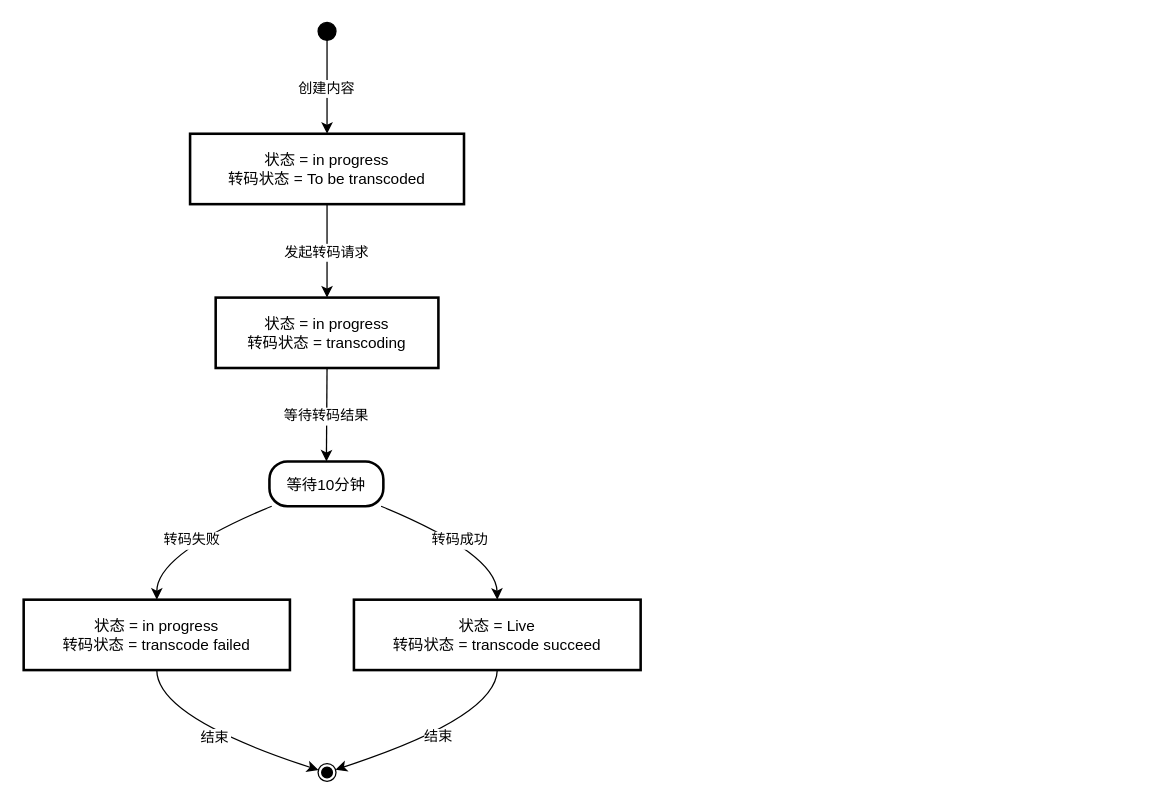
This is update/rlaxxtv转码状态.drawio from stevezhouht/baiduCDP, a draw.io file, before an edit. Source tidied: cells renumbered, new cells numbered last; positions are measured from the earlier drawing's top-left corner, leaving out a move shared by most shapes. Both pictures are drawn from the tidied source at 128%, with x=0, y=0 at pixel (23, 22).
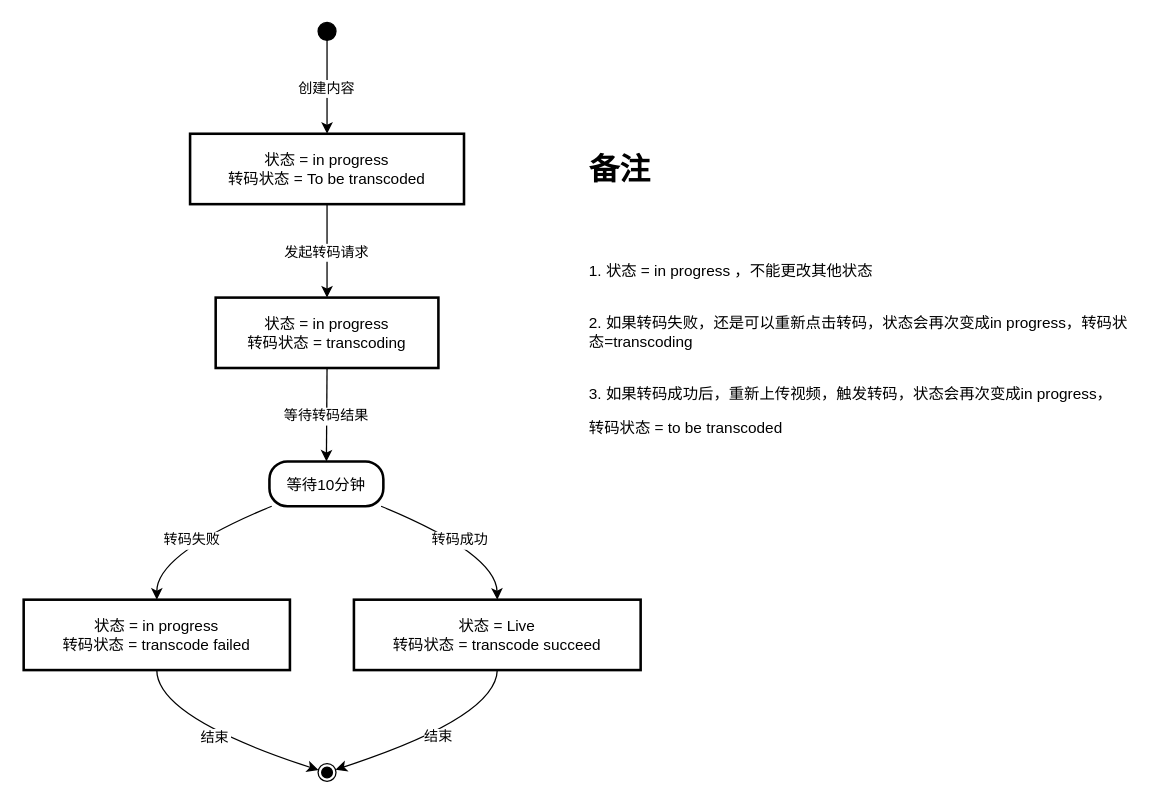
The same page after the edit.

Commit message:
更新rlaxxtv转码状态.drawio

The edit, as a diff of the source:
```diff
@@
+    <mxCell id="16" value="&lt;h1 style=&quot;margin-top: 0px;&quot;&gt;备注&lt;/h1&gt;&lt;article data-clipboard-cangjie=&quot;[&amp;quot;root&amp;quot;,{&amp;quot;copyFrom&amp;quot;:&amp;quot;im-native&amp;quot;},[&amp;quot;p&amp;quot;,{},[&amp;quot;span&amp;quot;,{&amp;quot;data-type&amp;quot;:&amp;quot;text&amp;quot;},[&amp;quot;span&amp;quot;,{&amp;quot;data-type&amp;quot;:&amp;quot;leaf&amp;quot;},&amp;quot;1. 状态 = in progress ，不能更改其他状态&amp;quot;]]],[&amp;quot;p&amp;quot;,{},[&amp;quot;span&amp;quot;,{&amp;quot;data-type&amp;quot;:&amp;quot;text&amp;quot;},[&amp;quot;span&amp;quot;,{&amp;quot;data-type&amp;quot;:&amp;quot;leaf&amp;quot;},&amp;quot;2. 如果转码失败，还是可以重新点击转码，状态会再次变成in progress，转码状态=transcoding&amp;quot;]]],[&amp;quot;p&amp;quot;,{},[&amp;quot;span&amp;quot;,{&amp;quot;data-type&amp;quot;:&amp;quot;text&amp;quot;},[&amp;quot;span&amp;quot;,{&amp;quot;data-type&amp;quot;:&amp;quot;leaf&amp;quot;},&amp;quot;3. 如果转码成功后，重新上传视频，状态会再次变成in progress，转码状态 = to be transcoded&amp;quot;]]]]&quot; class=&quot;4ever-article&quot;&gt;&lt;br&gt;&lt;p&gt;&lt;br&gt;1.&amp;nbsp;状态&amp;nbsp;=&amp;nbsp;in&amp;nbsp;progress&amp;nbsp;，不能更改其他状态&lt;br&gt;&lt;/p&gt;&lt;p&gt;&lt;br&gt;2.&amp;nbsp;如果转码失败，还是可以重新点击转码，状态会再次变成in&amp;nbsp;progress，转码状态=transcoding&lt;br&gt;&lt;/p&gt;&lt;p&gt;&lt;br&gt;3.&amp;nbsp;如果转码成功后，重新上传视频，触发转码，状态会再次变成in&amp;nbsp;progress，&lt;/p&gt;&lt;p&gt;转码状态&amp;nbsp;=&amp;nbsp;to&amp;nbsp;be&amp;nbsp;transcoded&lt;/p&gt;&lt;/article&gt;" style="text;html=1;whiteSpace=wrap;overflow=hidden;rounded=0;" parent="1" vertex="1">
+      <mxGeometry x="440" y="95" width="430" height="255" as="geometry" />
+    </mxCell>
```
